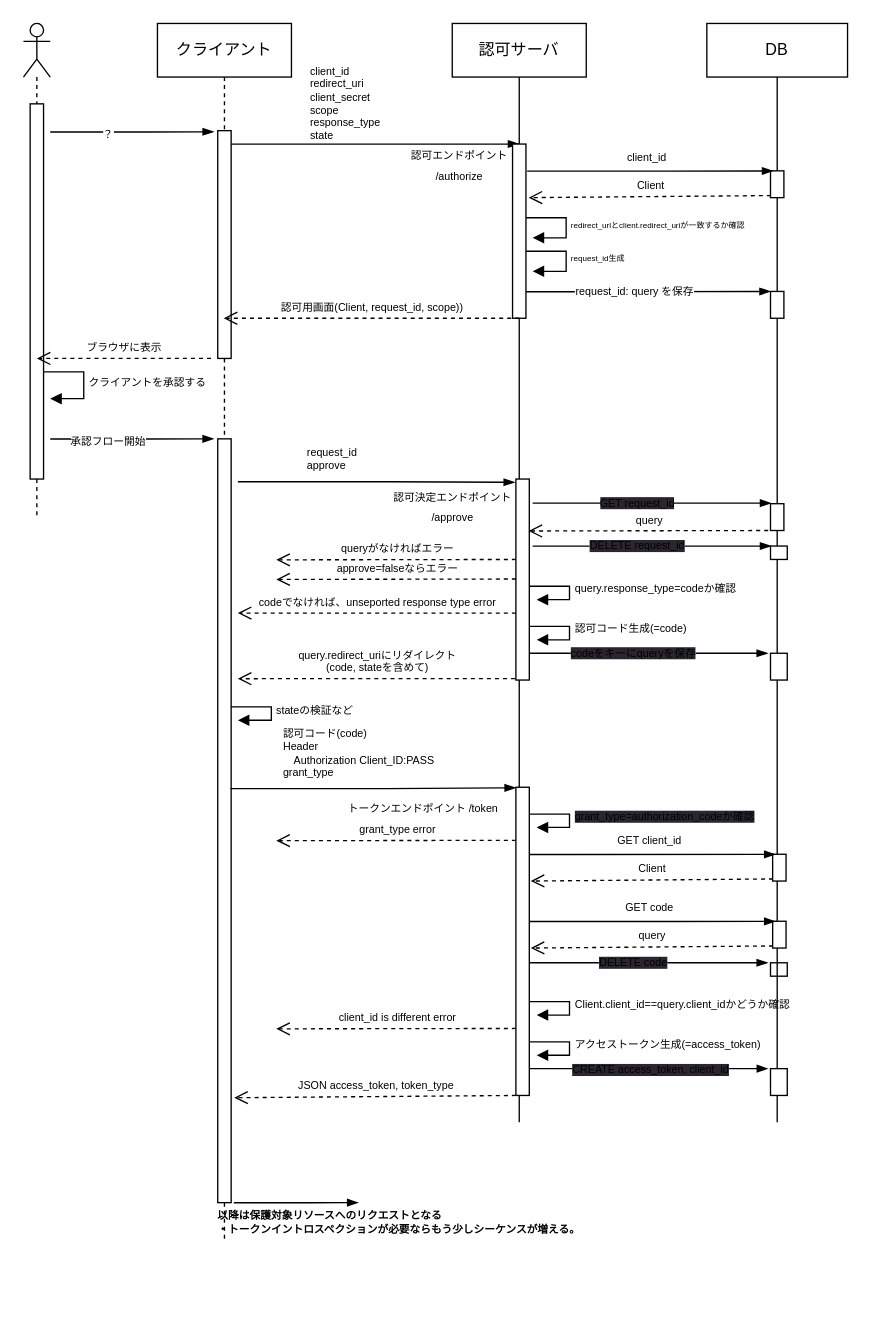
Above: Authorization_Code_Flow(authorize_server).drawio in KEN3pei/oauth-hands-on (draw.io), before the change. Source tidied: cells renumbered, new cells numbered last; positions are measured from the earlier drawing's top-left corner, leaving out a move shared by most shapes. Both pictures are drawn from the tidied source at 134%, with x=0, y=0 at pixel (23, 23).
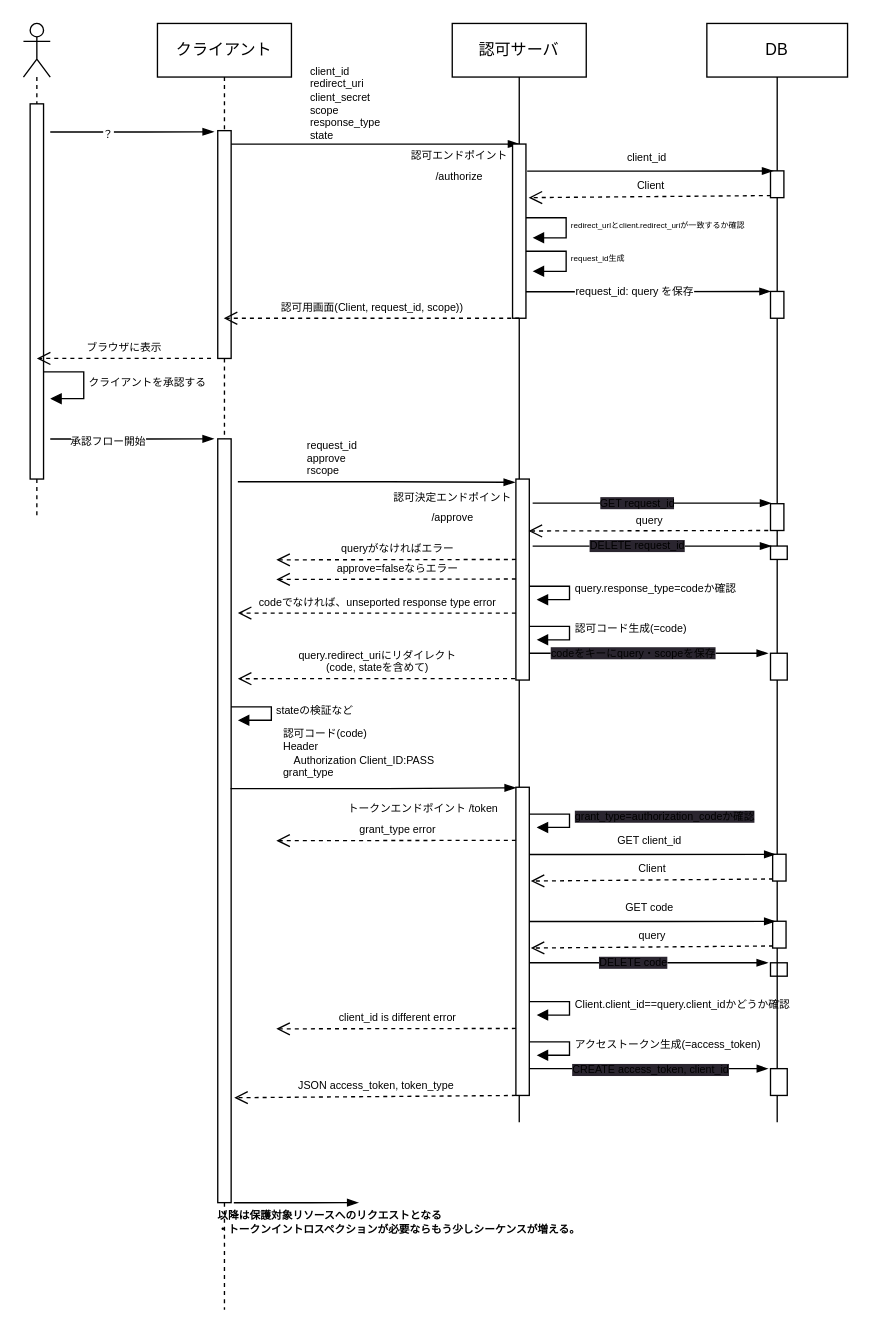
After the change.

Unchanged cells that the change refers to:
```xml
<mxCell id="15" style="edgeStyle=elbowEdgeStyle;fontSize=12;html=1;endArrow=blockThin;endFill=1;entryX=0.212;entryY=0.005;entryDx=0;entryDy=0;entryPerimeter=0;" parent="7" edge="1">
  <mxGeometry relative="1" as="geometry">
    <mxPoint x="57.5" y="470" as="sourcePoint" />
    <mxPoint x="235.6" y="470" as="targetPoint" />
  </mxGeometry>
</mxCell>
```

The edit, as a diff of the source:
```diff
@@
     <mxCell id="2" value="クライアント" style="shape=umlLifeline;perimeter=lifelinePerimeter;whiteSpace=wrap;html=1;outlineConnect=0;" parent="1" vertex="1">
-      <mxGeometry x="100" width="100" height="910" as="geometry" />
+      <mxGeometry x="100" width="100" height="960" as="geometry" />
     </mxCell>
@@
-    <mxCell id="16" value="&lt;span style=&quot;background-color: rgb(42, 37, 47);&quot;&gt;codeをキーにqueryを保存&lt;/span&gt;" style="edgeLabel;html=1;align=center;verticalAlign=middle;fontSize=8;" parent="15" vertex="1">
+    <mxCell id="16" value="&lt;span style=&quot;background-color: rgb(42, 37, 47);&quot;&gt;codeをキーにquery・scopeを保存&lt;/span&gt;" style="edgeLabel;html=1;align=center;verticalAlign=middle;fontSize=8;" parent="15" vertex="1">
       <mxGeometry x="-0.13" y="1" relative="1" as="geometry" />
     </mxCell>
@@
-    <mxCell id="50" value="request_id&lt;br&gt;approve" style="text;html=1;align=left;verticalAlign=middle;strokeColor=none;fillColor=none;fontSize=8;" parent="1" vertex="1">
-      <mxGeometry x="210" y="310" width="60" height="30" as="geometry" />
+    <mxCell id="50" value="request_id&lt;br&gt;approve&lt;br&gt;rscope" style="text;html=1;align=left;verticalAlign=middle;strokeColor=none;fillColor=none;fontSize=8;" parent="1" vertex="1">
+      <mxGeometry x="210" y="305" width="60" height="40" as="geometry" />
     </mxCell>
```
